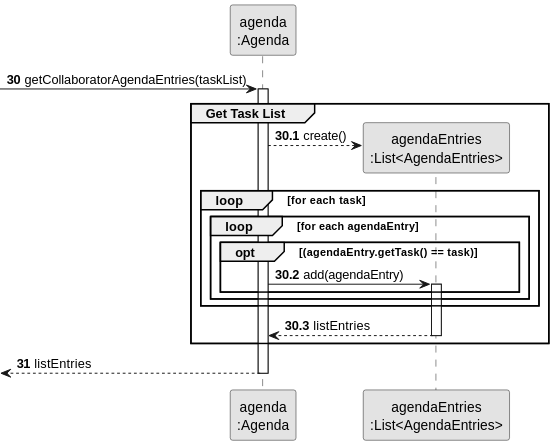
diogoveirospro/lei-24-s2-1dg-g072 keeps this PlantUML diagram as docs/sprintC/us028/03.design/svg/us028-sequence-diagram-partial-get-entry-list.svg. Above is the earlier version.
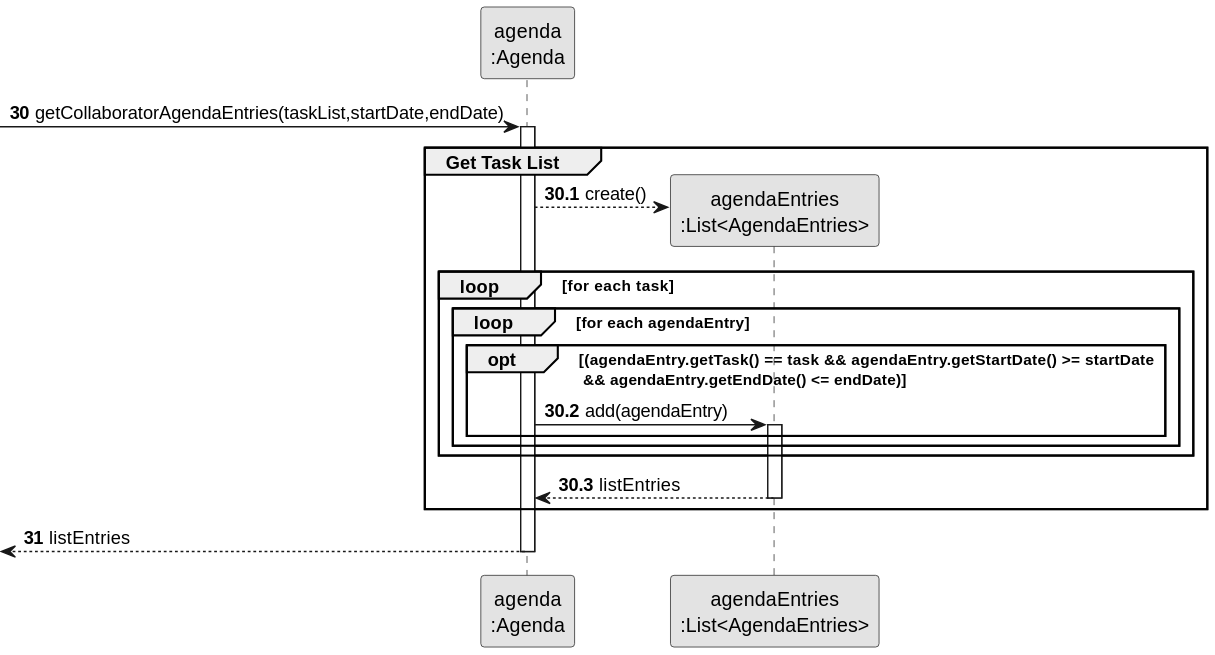
Above is the later version.

The edit, as a diff of the source:
```diff
@@ -12,7 +12,7 @@
 
 autonumber 30
 
- -> AGENDA : getCollaboratorAgendaEntries(taskList)
+ -> AGENDA : getCollaboratorAgendaEntries(taskList,startDate,endDate)
 autonumber 30.1
 activate AGENDA
     group Get Task List
@@ -21,7 +21,7 @@
             AGENDA --> AGENDAENTRIES** : create()
                 loop for each task
                     loop for each agendaEntry
-                        opt (agendaEntry.getTask() == task)
+                        opt (agendaEntry.getTask() == task && agendaEntry.getStartDate() >= startDate \n && agendaEntry.getEndDate() <= endDate)
                             AGENDA -> AGENDAENTRIES : add(agendaEntry)
                                 activate AGENDAENTRIES
                         end
```
